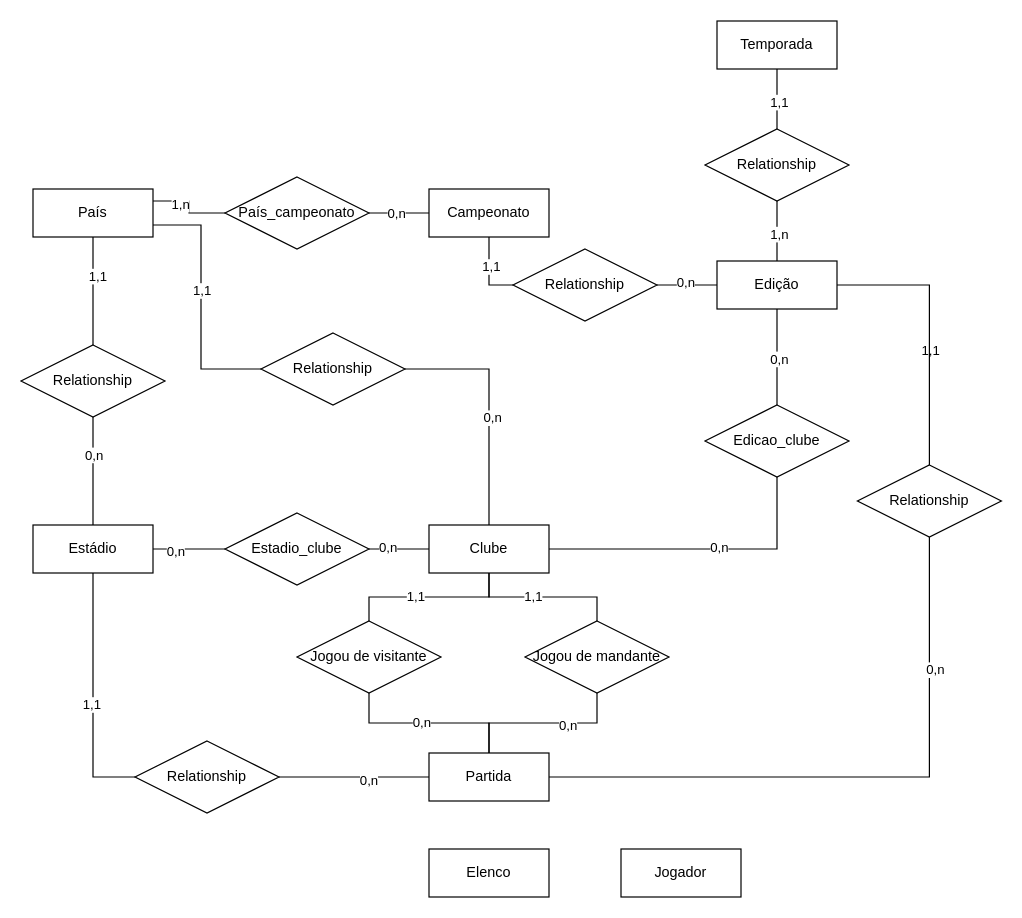
Above: diagramas/database/modelagem.drawio in b4ra0/futeba (draw.io), before the change. Source tidied: cells renumbered, new cells numbered last; positions are measured from the earlier drawing's top-left corner, leaving out a move shared by most shapes. Both pictures are drawn from the tidied source at 120%, with x=0, y=0 at pixel (20, 20).
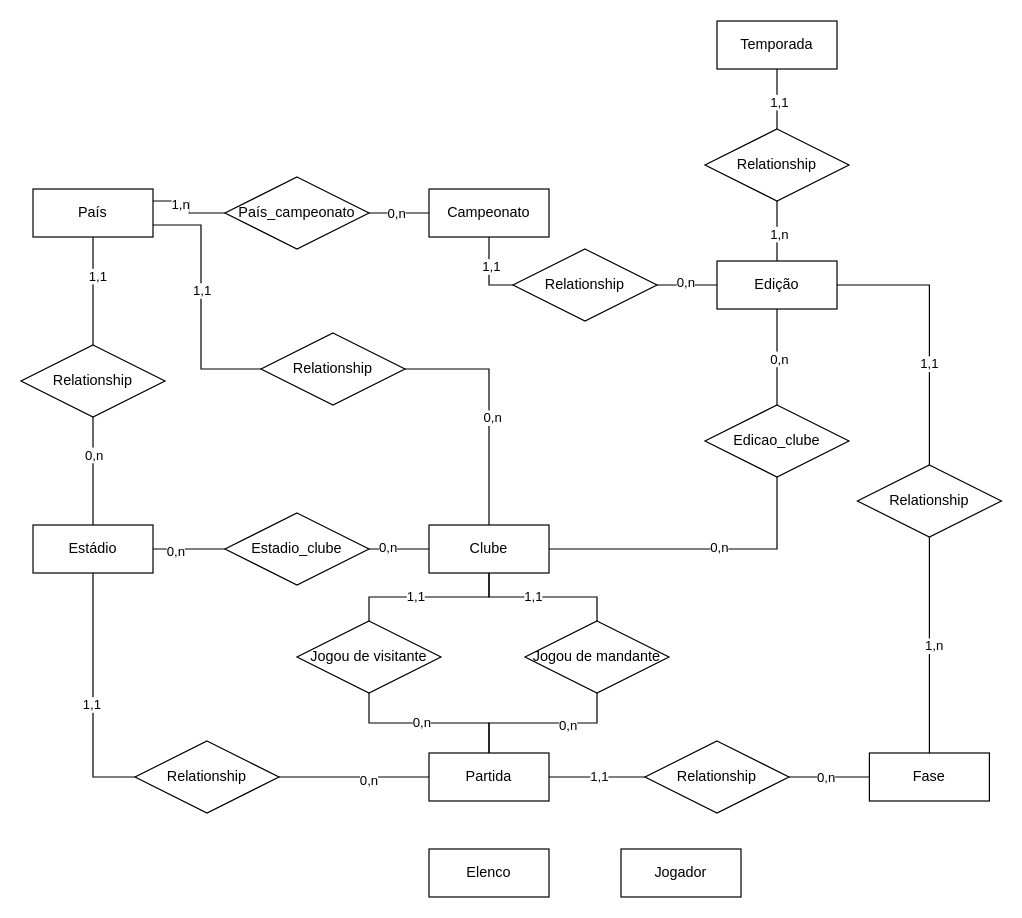
Above is the later version.

The change refers to these unchanged cells:
```xml
<mxCell id="29" value="Partida" style="whiteSpace=wrap;html=1;align=center;" parent="1" vertex="1">
  <mxGeometry x="340" y="610" width="100" height="40" as="geometry" />
</mxCell>
<mxCell id="43" style="edgeStyle=orthogonalEdgeStyle;rounded=0;jettySize=auto;html=1;entryX=1;entryY=0.5;entryDx=0;entryDy=0;endArrow=none;endFill=0;exitX=0.5;exitY=0;exitDx=0;exitDy=0;" parent="1" edge="1" source="44" target="56">
  <mxGeometry relative="1" as="geometry">
    <Array as="points">
      <mxPoint x="757" y="220" />
    </Array>
  </mxGeometry>
</mxCell>
<mxCell id="44" value="Relationship" style="shape=rhombus;perimeter=rhombusPerimeter;whiteSpace=wrap;html=1;align=center;" parent="1" vertex="1">
  <mxGeometry x="697" y="370" width="120" height="60" as="geometry" />
</mxCell>
```

What changed in the source:
```diff
@@
-    <mxCell id="26" style="edgeStyle=orthogonalEdgeStyle;rounded=0;jettySize=auto;html=1;entryX=0.5;entryY=1;entryDx=0;entryDy=0;endArrow=none;endFill=0;exitX=1;exitY=0.5;exitDx=0;exitDy=0;" parent="1" edge="1" source="29" target="44">
-      <mxGeometry relative="1" as="geometry">
-        <Array as="points">
-          <mxPoint x="757" y="630" />
-        </Array>
-      </mxGeometry>
-    </mxCell>
-    <mxCell id="27" value="1,1" style="edgeLabel;html=1;align=center;verticalAlign=middle;" parent="26" vertex="1">
-      <mxGeometry x="0.4" y="-1" relative="1" as="geometry">
-        <mxPoint x="-1" y="-311" as="offset" />
-      </mxGeometry>
-    </mxCell>
-    <mxCell id="28" value="0,n" style="edgeLabel;html=1;align=center;verticalAlign=middle;" parent="26" vertex="1">
-      <mxGeometry x="-0.29" y="2" relative="1" as="geometry">
-        <mxPoint x="137" y="-88" as="offset" />
-      </mxGeometry>
-    </mxCell>
@@
+    <mxCell id="66" value="1,1" style="edgeLabel;html=1;align=center;verticalAlign=middle;" parent="43" vertex="1">
+      <mxGeometry x="-0.25" y="1" relative="1" as="geometry" />
+    </mxCell>
+    <mxCell id="67" style="edgeStyle=orthogonalEdgeStyle;rounded=0;jettySize=auto;html=1;entryX=0.5;entryY=0;entryDx=0;entryDy=0;endArrow=none;endFill=0;" parent="1" edge="1" source="44" target="70">
+      <mxGeometry relative="1" as="geometry" />
+    </mxCell>
+    <mxCell id="68" value="1,n" style="edgeLabel;html=1;align=center;verticalAlign=middle;" parent="67" vertex="1">
+      <mxGeometry y="3" relative="1" as="geometry" />
+    </mxCell>
@@
+    <mxCell id="69" style="edgeStyle=orthogonalEdgeStyle;rounded=0;jettySize=auto;html=1;entryX=1;entryY=0.5;entryDx=0;entryDy=0;endArrow=none;endFill=0;" parent="1" edge="1" source="70" target="73">
+      <mxGeometry relative="1" as="geometry" />
+    </mxCell>
+    <mxCell id="28" value="0,n" style="edgeLabel;html=1;align=center;verticalAlign=middle;" parent="69" vertex="1">
+      <mxGeometry x="0.22" y="4" relative="1" as="geometry">
+        <mxPoint x="4" y="-4" as="offset" />
+      </mxGeometry>
+    </mxCell>
+    <mxCell id="70" value="Fase" style="whiteSpace=wrap;html=1;align=center;" parent="1" vertex="1">
+      <mxGeometry x="707" y="610" width="100" height="40" as="geometry" />
+    </mxCell>
+    <mxCell id="71" style="edgeStyle=orthogonalEdgeStyle;rounded=0;jettySize=auto;html=1;entryX=1;entryY=0.5;entryDx=0;entryDy=0;endArrow=none;endFill=0;" parent="1" edge="1" source="73" target="29">
+      <mxGeometry relative="1" as="geometry" />
+    </mxCell>
+    <mxCell id="72" value="1,1" style="edgeLabel;html=1;align=center;verticalAlign=middle;" parent="71" vertex="1">
+      <mxGeometry x="-0.03" y="-1" relative="1" as="geometry" />
+    </mxCell>
+    <mxCell id="73" value="Relationship" style="shape=rhombus;perimeter=rhombusPerimeter;whiteSpace=wrap;html=1;align=center;" parent="1" vertex="1">
+      <mxGeometry x="520" y="600" width="120" height="60" as="geometry" />
+    </mxCell>
```
